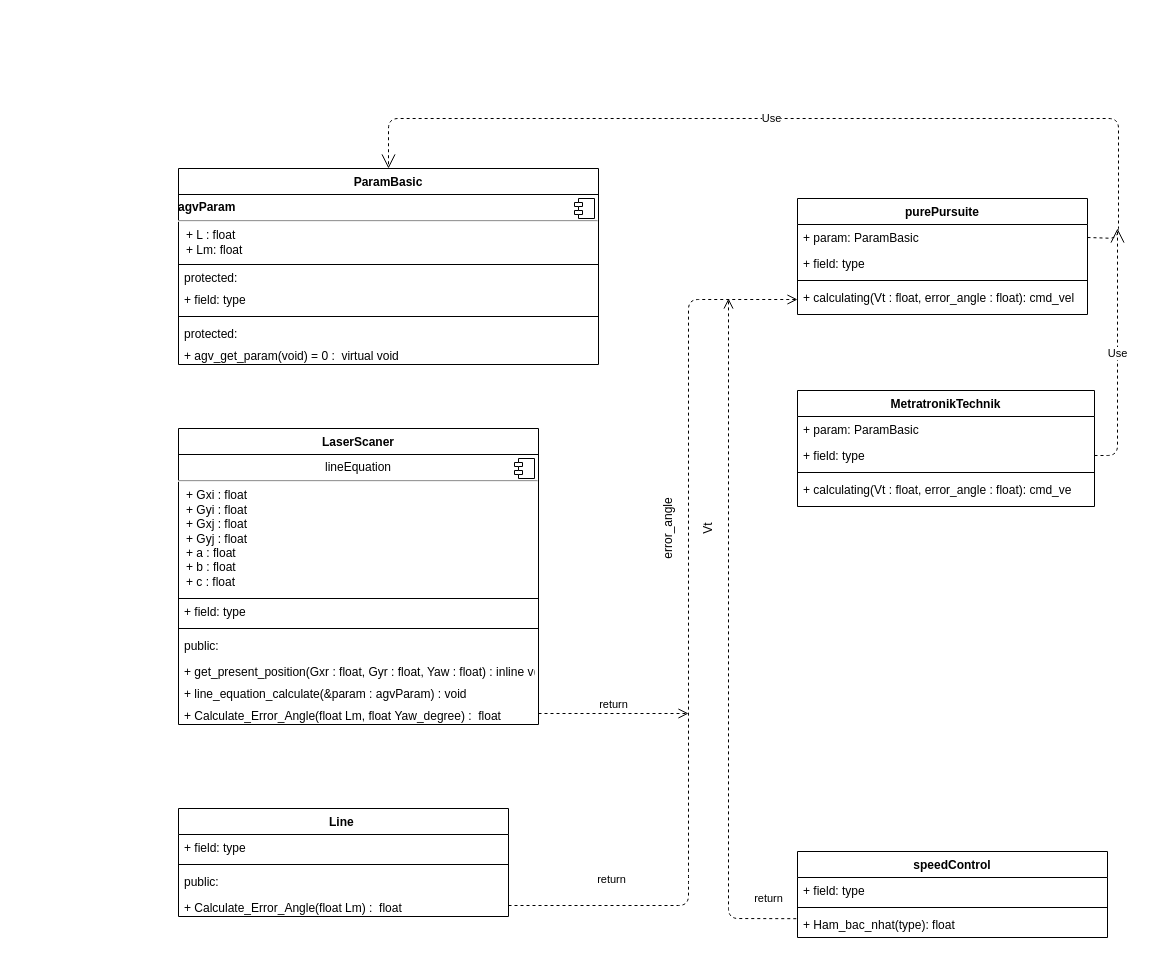
SiChiTong/Kit_AGV_ws keeps this draw.io diagram as Untitled Diagram.drawio. Above is the earlier version. Source tidied: cells renumbered, new cells numbered last; positions are measured from the earlier drawing's top-left corner, leaving out a move shared by most shapes. Both pictures are drawn from the tidied source at 100%, with x=0, y=0 at pixel (178, 118).
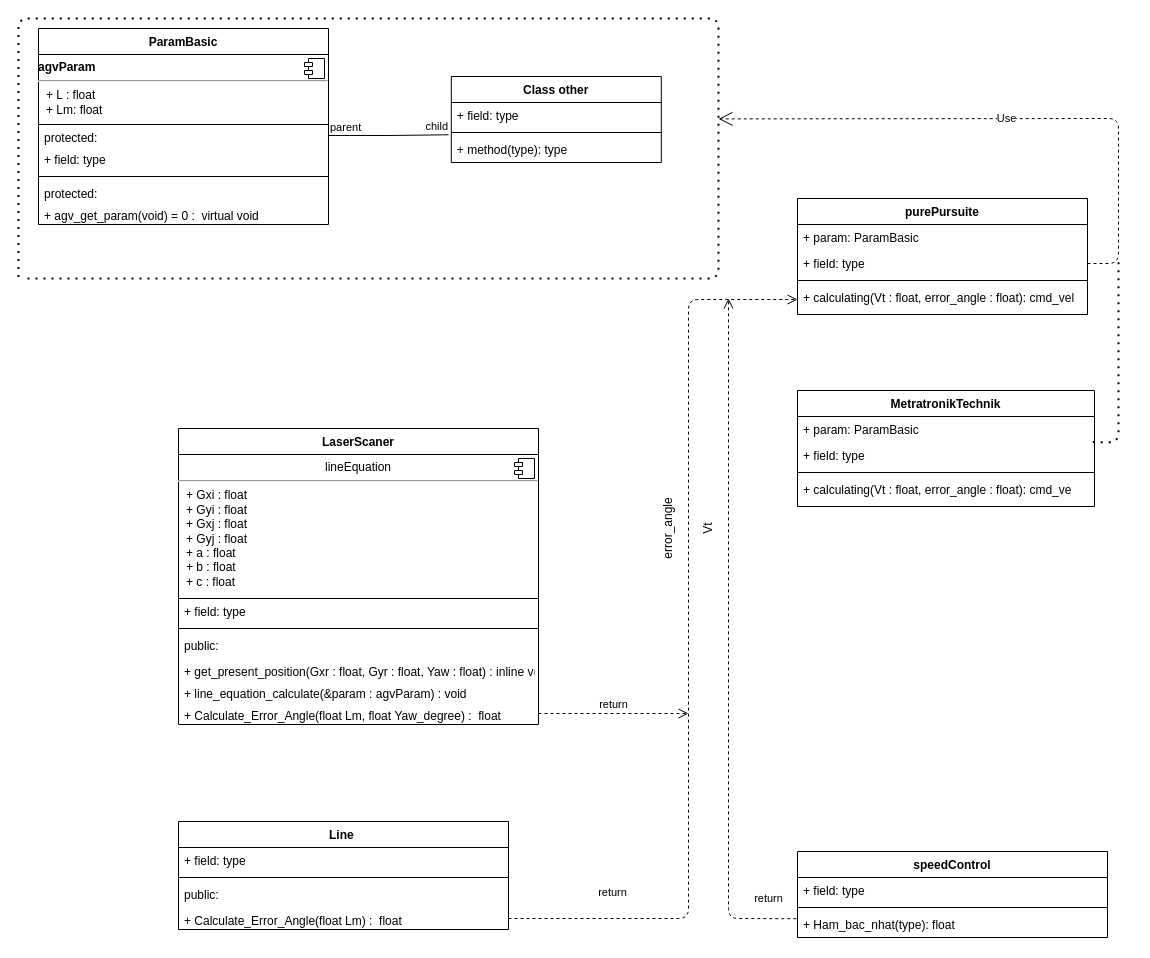
Above is the later version.

The change refers to these unchanged cells:
```xml
<mxCell id="12" value="+ field: type" style="text;strokeColor=none;fillColor=none;align=left;verticalAlign=top;spacingLeft=4;spacingRight=4;overflow=hidden;points=[[0,0.5],[1,0.5]];portConstraint=eastwest;" parent="10" vertex="1">
  <mxGeometry y="52" width="297" height="26" as="geometry" />
</mxCell>
<mxCell id="16" value="+ param: ParamBasic" style="text;strokeColor=none;fillColor=none;align=left;verticalAlign=top;spacingLeft=4;spacingRight=4;overflow=hidden;points=[[0,0.5],[1,0.5]];portConstraint=eastwest;" parent="15" vertex="1">
  <mxGeometry y="26" width="290" height="26" as="geometry" />
</mxCell>
<mxCell id="17" value="+ field: type" style="text;strokeColor=none;fillColor=none;align=left;verticalAlign=top;spacingLeft=4;spacingRight=4;overflow=hidden;points=[[0,0.5],[1,0.5]];portConstraint=eastwest;" parent="15" vertex="1">
  <mxGeometry y="52" width="290" height="26" as="geometry" />
</mxCell>
<mxCell id="19" value="+ calculating(Vt : float, error_angle : float): cmd_vel" style="text;strokeColor=none;fillColor=none;align=left;verticalAlign=top;spacingLeft=4;spacingRight=4;overflow=hidden;points=[[0,0.5],[1,0.5]];portConstraint=eastwest;" parent="15" vertex="1">
  <mxGeometry y="86" width="290" height="30" as="geometry" />
</mxCell>
<mxCell id="34" value="+ Calculate_Error_Angle(float Lm) :  float" style="text;strokeColor=none;fillColor=none;align=left;verticalAlign=top;spacingLeft=4;spacingRight=4;overflow=hidden;points=[[0,0.5],[1,0.5]];portConstraint=eastwest;fontStyle=0;" parent="30" vertex="1">
  <mxGeometry y="86" width="330" height="22" as="geometry" />
</mxCell>
```

Change to the diagram source:
```diff
@@
     <mxCell id="2" value="ParamBasic" style="swimlane;fontStyle=1;align=center;verticalAlign=top;horizontal=1;startSize=26;" parent="1" vertex="1">
-      <mxGeometry y="50" width="420" height="196" as="geometry" />
+      <mxGeometry x="-140" y="-90" width="290" height="196" as="geometry" />
     </mxCell>
     <mxCell id="3" value="&lt;p style=&quot;margin: 6px 0px 0px&quot;&gt;&lt;b&gt;agvParam&lt;/b&gt;&lt;/p&gt;&lt;hr&gt;&lt;p style=&quot;margin: 0px ; margin-left: 8px&quot;&gt;+ L : float&lt;br&gt;+ Lm: float&lt;/p&gt;" style="align=left;overflow=fill;html=1;" parent="2" vertex="1">
-      <mxGeometry y="26" width="420" height="70" as="geometry" />
+      <mxGeometry y="26" width="290" height="70" as="geometry" />
     </mxCell>
@@
     <mxCell id="5" value="protected:" style="text;strokeColor=none;fillColor=none;align=left;verticalAlign=top;spacingLeft=4;spacingRight=4;overflow=hidden;points=[[0,0.5],[1,0.5]];portConstraint=eastwest;fontStyle=0;" parent="2" vertex="1">
-      <mxGeometry y="96" width="420" height="22" as="geometry" />
+      <mxGeometry y="96" width="290" height="22" as="geometry" />
     </mxCell>
     <mxCell id="6" value="+ field: type" style="text;strokeColor=none;fillColor=none;align=left;verticalAlign=top;spacingLeft=4;spacingRight=4;overflow=hidden;" parent="2" vertex="1">
-      <mxGeometry y="118" width="420" height="26" as="geometry" />
+      <mxGeometry y="118" width="290" height="26" as="geometry" />
     </mxCell>
     <mxCell id="7" style="line;strokeWidth=1;fillColor=none;align=left;verticalAlign=middle;spacingTop=-1;spacingLeft=3;spacingRight=3;labelPosition=right;" parent="2" vertex="1">
-      <mxGeometry y="144" width="420" height="8" as="geometry" />
+      <mxGeometry y="144" width="290" height="8" as="geometry" />
     </mxCell>
     <mxCell id="8" value="protected:&#10;&#10;" style="text;strokeColor=none;fillColor=none;align=left;verticalAlign=top;spacingLeft=4;spacingRight=4;overflow=hidden;fontStyle=0;" parent="2" vertex="1">
-      <mxGeometry y="152" width="420" height="22" as="geometry" />
+      <mxGeometry y="152" width="290" height="22" as="geometry" />
     </mxCell>
     <mxCell id="9" value="+ agv_get_param(void) = 0 :  virtual void" style="text;strokeColor=none;fillColor=none;align=left;verticalAlign=top;spacingLeft=4;spacingRight=4;overflow=hidden;fontStyle=0;" parent="2" vertex="1">
-      <mxGeometry y="174" width="420" height="22" as="geometry" />
+      <mxGeometry y="174" width="290" height="22" as="geometry" />
     </mxCell>
@@
-    <mxCell id="29" value="Use" style="endArrow=open;endSize=12;dashed=1;html=1;exitX=1;exitY=0.5;exitDx=0;exitDy=0;entryX=0.5;entryY=0;entryDx=0;entryDy=0;" parent="1" edge="1" source="16" target="2">
-      <mxGeometry x="0.07" relative="1" as="geometry">
-        <Array as="points">
-          <mxPoint x="940" y="120" />
-          <mxPoint x="940" />
-          <mxPoint x="900" />
-          <mxPoint x="725" />
-          <mxPoint x="490" />
-          <mxPoint x="210" />
-        </Array>
-      </mxGeometry>
-    </mxCell>
     <mxCell id="30" value="Line " style="swimlane;fontStyle=1;align=center;verticalAlign=top;horizontal=1;startSize=26;" parent="1" vertex="1">
-      <mxGeometry y="690" width="330" height="108" as="geometry" />
+      <mxGeometry y="703" width="330" height="108" as="geometry" />
     </mxCell>
@@
-    <mxCell id="35" value="Use" style="endArrow=open;endSize=12;dashed=1;html=1;exitX=1;exitY=0.5;exitDx=0;exitDy=0;" parent="1" edge="1" source="12">
-      <mxGeometry relative="1" as="geometry">
-        <mxPoint x="939" y="110" as="targetPoint" />
-        <Array as="points">
-          <mxPoint x="939" y="337" />
-        </Array>
-      </mxGeometry>
-    </mxCell>
     <mxCell id="36" value="return" style="html=1;verticalAlign=bottom;endArrow=open;dashed=1;endSize=8;exitX=1;exitY=0.5;exitDx=0;exitDy=0;entryX=0;entryY=0.5;entryDx=0;entryDy=0;" parent="1" edge="1" source="34" target="19">
       <mxGeometry x="-0.77" y="17" relative="1" as="geometry">
         <Array as="points">
-          <mxPoint x="510" y="787" />
+          <mxPoint x="510" y="800" />
           <mxPoint x="510" y="760" />
           <mxPoint x="510" y="181" />
         </Array>
       </mxGeometry>
     </mxCell>
@@
+    <mxCell id="45" value="Class other" style="swimlane;fontStyle=1;align=center;verticalAlign=top;horizontal=1;startSize=26;" parent="1" vertex="1">
+      <mxGeometry x="272.8" y="-42" width="210" height="86" as="geometry" />
+    </mxCell>
+    <mxCell id="46" value="+ field: type" style="text;strokeColor=none;fillColor=none;align=left;verticalAlign=top;spacingLeft=4;spacingRight=4;overflow=hidden;" parent="45" vertex="1">
+      <mxGeometry y="26" width="210" height="26" as="geometry" />
+    </mxCell>
+    <mxCell id="47" style="line;strokeWidth=1;fillColor=none;align=left;verticalAlign=middle;spacingTop=-1;spacingLeft=3;spacingRight=3;labelPosition=right;" parent="45" vertex="1">
+      <mxGeometry y="52" width="210" height="8" as="geometry" />
+    </mxCell>
+    <mxCell id="48" value="+ method(type): type" style="text;strokeColor=none;fillColor=none;align=left;verticalAlign=top;spacingLeft=4;spacingRight=4;overflow=hidden;points=[[0,0.5],[1,0.5]];portConstraint=eastwest;" parent="45" vertex="1">
+      <mxGeometry y="60" width="210" height="26" as="geometry" />
+    </mxCell>
+    <mxCell id="49" style="endArrow=none;html=1;edgeStyle=orthogonalEdgeStyle;exitX=1;exitY=0.5;exitDx=0;exitDy=0;entryX=-0.013;entryY=-0.066;entryDx=0;entryDy=0;entryPerimeter=0;" parent="1" edge="1" source="5" target="48">
+      <mxGeometry relative="1" as="geometry" />
+    </mxCell>
+    <mxCell id="50" value="parent" style="edgeLabel;html=1;align=left;verticalAlign=bottom;" parent="49" vertex="1">
+      <mxGeometry x="-1" relative="1" as="geometry" />
+    </mxCell>
+    <mxCell id="51" value="child" style="edgeLabel;html=1;align=right;verticalAlign=bottom;" parent="49" vertex="1">
+      <mxGeometry x="1" relative="1" as="geometry" />
+    </mxCell>
+    <mxCell id="35" value="Use" style="endArrow=open;endSize=12;dashed=1;html=1;exitX=1;exitY=0.5;exitDx=0;exitDy=0;" parent="1" edge="1" source="17">
+      <mxGeometry relative="1" as="geometry">
+        <mxPoint x="540" y="0.4" as="targetPoint" />
+        <Array as="points">
+          <mxPoint x="940" y="145" />
+          <mxPoint x="940" />
+        </Array>
+      </mxGeometry>
+    </mxCell>
+    <mxCell id="52" style="endArrow=none;dashed=1;html=1;dashPattern=1 3;strokeWidth=2;" parent="1" edge="1">
+      <mxGeometry relative="1" as="geometry">
+        <mxPoint x="-151" y="160" as="sourcePoint" />
+        <mxPoint x="-160" y="160" as="targetPoint" />
+        <Array as="points">
+          <mxPoint x="540" y="160" />
+          <mxPoint x="540" y="-100" />
+          <mxPoint x="-160" y="-100" />
+        </Array>
+      </mxGeometry>
+    </mxCell>
+    <mxCell id="53" style="endArrow=none;dashed=1;html=1;dashPattern=1 3;strokeWidth=2;exitX=0.994;exitY=-0.016;exitDx=0;exitDy=0;exitPerimeter=0;" parent="1" edge="1" source="12">
+      <mxGeometry relative="1" as="geometry">
+        <mxPoint x="940" y="140" as="targetPoint" />
+        <Array as="points">
+          <mxPoint x="940" y="324" />
+        </Array>
+      </mxGeometry>
+    </mxCell>
```
